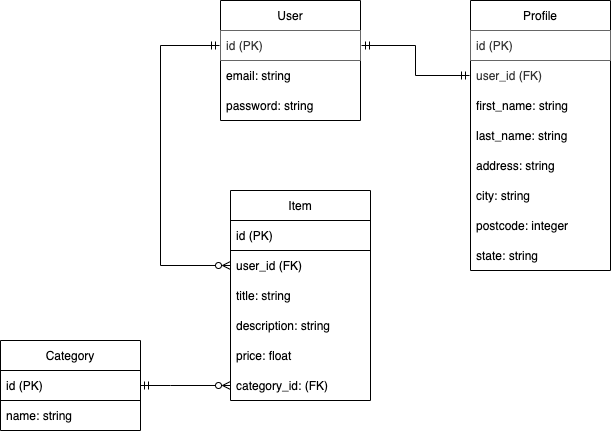
DamonJohnson/Flint keeps this draw.io diagram as docs/ERD.png. Above is the earlier version. Source tidied: cells renumbered, new cells last; positions are measured from the earlier drawing's top-left corner, leaving out a move shared by most shapes.
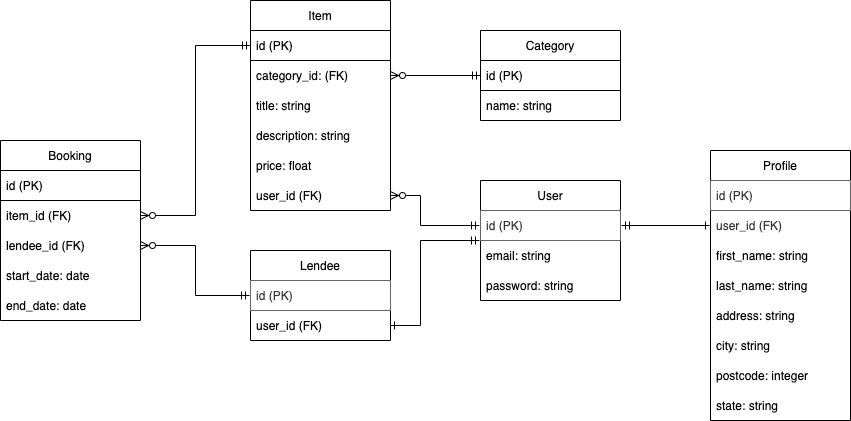
After the change.

What changed in the source:
```diff
@@ -2,43 +2,27 @@
   <root>
     <mxCell id="0" />
     <mxCell id="1" parent="0" />
-    <mxCell id="2" style="edgeStyle=orthogonalEdgeStyle;rounded=0;jettySize=auto;html=1;endArrow=ERzeroToMany;endFill=0;startArrow=ERmandOne;startFill=0;entryX=0;entryY=0.5;entryDx=0;entryDy=0;exitX=0;exitY=0.5;exitDx=0;exitDy=0;" parent="1" edge="1" source="4" target="10">
-      <mxGeometry relative="1" as="geometry">
-        <Array as="points">
-          <mxPoint x="160" y="45" />
-          <mxPoint x="160" y="265" />
-        </Array>
-      </mxGeometry>
-    </mxCell>
     <mxCell id="3" value="User" style="swimlane;fontStyle=0;horizontal=1;startSize=30;" parent="1" vertex="1">
-      <mxGeometry x="220" width="140" height="120" as="geometry" />
+      <mxGeometry x="610" y="240" width="140" height="120" as="geometry" />
     </mxCell>
-    <mxCell id="4" value="id (PK)" style="text;align=left;verticalAlign=middle;spacingLeft=4;spacingRight=4;overflow=hidden;points=[[0,0.5],[1,0.5]];portConstraint=eastwest;perimeterSpacing=1;fillColor=none;fontColor=#333333;strokeColor=#666666;" parent="3" vertex="1">
-      <mxGeometry y="30" width="140" height="30" as="geometry" />
-    </mxCell>
+    <mxCell id="28" value="id (PK)" style="text;align=left;verticalAlign=middle;spacingLeft=4;spacingRight=4;overflow=hidden;points=[[0,0.5],[1,0.5]];portConstraint=eastwest;perimeterSpacing=1;fillColor=none;fontColor=#333333;strokeColor=#666666;" parent="3" vertex="1">
+      <mxGeometry y="30" width="140" height="30" as="geometry" />
+    </mxCell>
     <mxCell id="5" value="email: string" style="text;strokeColor=none;fillColor=none;align=left;verticalAlign=middle;spacingLeft=4;spacingRight=4;overflow=hidden;" parent="3" vertex="1">
       <mxGeometry y="60" width="140" height="30" as="geometry" />
     </mxCell>
     <mxCell id="6" value="password: string" style="text;strokeColor=none;fillColor=none;align=left;verticalAlign=middle;spacingLeft=4;spacingRight=4;overflow=hidden;" parent="3" vertex="1">
       <mxGeometry y="90" width="140" height="30" as="geometry" />
     </mxCell>
-    <mxCell id="7" style="edgeStyle=orthogonalEdgeStyle;rounded=0;jettySize=auto;html=1;endArrow=ERmandOne;endFill=0;startArrow=ERzeroToMany;startFill=0;exitX=0;exitY=0.5;exitDx=0;exitDy=0;entryX=1;entryY=0.5;entryDx=0;entryDy=0;" parent="1" edge="1" source="14" target="15">
-      <mxGeometry relative="1" as="geometry">
-        <Array as="points">
-          <mxPoint x="170" y="385" />
-          <mxPoint x="170" y="385" />
-        </Array>
-      </mxGeometry>
-    </mxCell>
     <mxCell id="8" value="Item" style="swimlane;fontStyle=0;horizontal=1;startSize=30;" parent="1" vertex="1">
-      <mxGeometry x="230" y="190" width="140" height="210" as="geometry" />
+      <mxGeometry x="380" y="60" width="140" height="210" as="geometry" />
     </mxCell>
-    <mxCell id="9" value="id (PK)" style="text;strokeColor=default;fillColor=none;align=left;verticalAlign=middle;spacingLeft=4;spacingRight=4;overflow=hidden;" parent="8" vertex="1">
-      <mxGeometry y="30" width="140" height="30" as="geometry" />
-    </mxCell>
-    <mxCell id="10" value="user_id (FK)" style="text;strokeColor=none;fillColor=none;align=left;verticalAlign=middle;spacingLeft=4;spacingRight=4;overflow=hidden;points=[[0,0.5],[1,0.5]];portConstraint=eastwest;" parent="8" vertex="1">
-      <mxGeometry y="60" width="140" height="30" as="geometry" />
-    </mxCell>
+    <mxCell id="29" value="id (PK)" style="text;strokeColor=default;fillColor=none;align=left;verticalAlign=middle;spacingLeft=4;spacingRight=4;overflow=hidden;points=[[0,0.5],[1,0.5]];portConstraint=eastwest;" parent="8" vertex="1">
+      <mxGeometry y="30" width="140" height="30" as="geometry" />
+    </mxCell>
+    <mxCell id="14" value="category_id: (FK)" style="text;strokeColor=none;fillColor=none;align=left;verticalAlign=middle;spacingLeft=4;spacingRight=4;overflow=hidden;points=[[0,0.5],[1,0.5]];portConstraint=eastwest;" parent="8" vertex="1">
+      <mxGeometry y="60" width="140" height="30" as="geometry" />
+    </mxCell>
     <mxCell id="11" value="title: string" style="text;strokeColor=none;fillColor=none;align=left;verticalAlign=middle;spacingLeft=4;spacingRight=4;overflow=hidden;" parent="8" vertex="1">
       <mxGeometry y="90" width="140" height="30" as="geometry" />
     </mxCell>
@@ -48,11 +32,11 @@
     <mxCell id="13" value="price: float" style="text;strokeColor=none;fillColor=none;align=left;verticalAlign=middle;spacingLeft=4;spacingRight=4;overflow=hidden;" parent="8" vertex="1">
       <mxGeometry y="150" width="140" height="30" as="geometry" />
     </mxCell>
-    <mxCell id="14" value="category_id: (FK)" style="text;strokeColor=none;fillColor=none;align=left;verticalAlign=middle;spacingLeft=4;spacingRight=4;overflow=hidden;points=[[0,0.5],[1,0.5]];portConstraint=eastwest;" parent="8" vertex="1">
-      <mxGeometry y="180" width="140" height="30" as="geometry" />
-    </mxCell>
+    <mxCell id="30" value="user_id (FK)" style="text;strokeColor=none;fillColor=none;align=left;verticalAlign=middle;spacingLeft=4;spacingRight=4;overflow=hidden;points=[[0,0.5],[1,0.5]];portConstraint=eastwest;" parent="8" vertex="1">
+      <mxGeometry y="180" width="140" height="30" as="geometry" />
+    </mxCell>
     <mxCell id="15" value="Category" style="swimlane;fontStyle=0;horizontal=1;startSize=30;" parent="1" vertex="1">
-      <mxGeometry y="340" width="140" height="90" as="geometry" />
+      <mxGeometry x="610" y="90" width="140" height="90" as="geometry" />
     </mxCell>
     <mxCell id="16" value="id (PK)" style="text;align=left;verticalAlign=middle;spacingLeft=4;spacingRight=4;overflow=hidden;points=[[0,0.5],[1,0.5]];portConstraint=eastwest;strokeColor=default;fillColor=default;" parent="15" vertex="1">
       <mxGeometry y="30" width="140" height="30" as="geometry" />
@@ -61,11 +45,11 @@
       <mxGeometry y="60" width="140" height="30" as="geometry" />
     </mxCell>
     <mxCell id="18" value="Profile" style="swimlane;fontStyle=0;horizontal=1;startSize=30;" parent="1" vertex="1">
-      <mxGeometry x="470" width="140" height="270" as="geometry" />
+      <mxGeometry x="840" y="210" width="140" height="270" as="geometry" />
     </mxCell>
-    <mxCell id="19" value="id (PK)" style="text;align=left;verticalAlign=middle;spacingLeft=4;spacingRight=4;overflow=hidden;perimeterSpacing=1;fillColor=none;fontColor=#333333;strokeColor=#666666;" parent="18" vertex="1">
-      <mxGeometry y="30" width="140" height="30" as="geometry" />
-    </mxCell>
+    <mxCell id="31" value="id (PK)" style="text;align=left;verticalAlign=middle;spacingLeft=4;spacingRight=4;overflow=hidden;perimeterSpacing=1;fillColor=none;fontColor=#333333;strokeColor=#666666;" parent="18" vertex="1">
+      <mxGeometry y="30" width="140" height="30" as="geometry" />
+    </mxCell>
     <mxCell id="20" value="user_id (FK)" style="text;align=left;verticalAlign=middle;spacingLeft=4;spacingRight=4;overflow=hidden;points=[[0,0.5],[1,0.5]];portConstraint=eastwest;perimeterSpacing=1;fillColor=none;fontColor=#333333;strokeColor=none;" parent="18" vertex="1">
       <mxGeometry y="60" width="140" height="30" as="geometry" />
     </mxCell>
@@ -87,8 +71,60 @@
     <mxCell id="26" value="state: string" style="text;strokeColor=none;fillColor=none;align=left;verticalAlign=middle;spacingLeft=4;spacingRight=4;overflow=hidden;" parent="18" vertex="1">
       <mxGeometry y="240" width="140" height="30" as="geometry" />
     </mxCell>
-    <mxCell id="27" style="edgeStyle=orthogonalEdgeStyle;rounded=0;jettySize=auto;html=1;entryX=0;entryY=0.5;entryDx=0;entryDy=0;startArrow=ERmandOne;startFill=0;endArrow=ERmandOne;endFill=0;" parent="1" edge="1" source="4" target="20">
-      <mxGeometry relative="1" as="geometry" />
-    </mxCell>
+    <mxCell id="32" style="edgeStyle=orthogonalEdgeStyle;rounded=0;jettySize=auto;html=1;entryX=0;entryY=0.5;entryDx=0;entryDy=0;startArrow=ERmandOne;startFill=0;endArrow=ERone;endFill=0;" parent="1" edge="1" source="28" target="20">
+      <mxGeometry relative="1" as="geometry" />
+    </mxCell>
+    <mxCell id="33" value="Booking" style="swimlane;fontStyle=0;horizontal=1;startSize=30;" parent="1" vertex="1">
+      <mxGeometry x="130" y="200" width="140" height="180" as="geometry" />
+    </mxCell>
+    <mxCell id="34" value="id (PK)" style="text;strokeColor=default;fillColor=none;align=left;verticalAlign=middle;spacingLeft=4;spacingRight=4;overflow=hidden;" parent="33" vertex="1">
+      <mxGeometry y="30" width="140" height="30" as="geometry" />
+    </mxCell>
+    <mxCell id="35" value="item_id (FK)" style="text;strokeColor=none;fillColor=none;align=left;verticalAlign=middle;spacingLeft=4;spacingRight=4;overflow=hidden;points=[[0,0.5],[1,0.5]];portConstraint=eastwest;" parent="33" vertex="1">
+      <mxGeometry y="60" width="140" height="30" as="geometry" />
+    </mxCell>
+    <mxCell id="36" value="lendee_id (FK)" style="text;strokeColor=none;fillColor=none;align=left;verticalAlign=middle;spacingLeft=4;spacingRight=4;overflow=hidden;points=[[0,0.5],[1,0.5]];portConstraint=eastwest;" parent="33" vertex="1">
+      <mxGeometry y="90" width="140" height="30" as="geometry" />
+    </mxCell>
+    <mxCell id="37" value="start_date: date" style="text;strokeColor=none;fillColor=none;align=left;verticalAlign=middle;spacingLeft=4;spacingRight=4;overflow=hidden;" parent="33" vertex="1">
+      <mxGeometry y="120" width="140" height="30" as="geometry" />
+    </mxCell>
+    <mxCell id="38" value="end_date: date" style="text;strokeColor=none;fillColor=none;align=left;verticalAlign=middle;spacingLeft=4;spacingRight=4;overflow=hidden;" parent="33" vertex="1">
+      <mxGeometry y="150" width="140" height="30" as="geometry" />
+    </mxCell>
+    <mxCell id="39" value="Lendee" style="swimlane;fontStyle=0;horizontal=1;startSize=30;" parent="1" vertex="1">
+      <mxGeometry x="380" y="310" width="140" height="90" as="geometry" />
+    </mxCell>
+    <mxCell id="40" value="id (PK)" style="text;align=left;verticalAlign=middle;spacingLeft=4;spacingRight=4;overflow=hidden;points=[[0,0.5],[1,0.5]];portConstraint=eastwest;perimeterSpacing=1;fillColor=none;fontColor=#333333;strokeColor=#666666;" parent="39" vertex="1">
+      <mxGeometry y="30" width="140" height="30" as="geometry" />
+    </mxCell>
+    <mxCell id="10" value="user_id (FK)" style="text;strokeColor=none;fillColor=none;align=left;verticalAlign=middle;spacingLeft=4;spacingRight=4;overflow=hidden;points=[[0,0.5],[1,0.5]];portConstraint=eastwest;" parent="39" vertex="1">
+      <mxGeometry y="60" width="140" height="30" as="geometry" />
+    </mxCell>
+    <mxCell id="41" style="edgeStyle=orthogonalEdgeStyle;rounded=0;jettySize=auto;html=1;entryX=1;entryY=0.5;entryDx=0;entryDy=0;startArrow=ERmandOne;startFill=0;endArrow=ERone;endFill=0;" parent="1" edge="1" source="28" target="10">
+      <mxGeometry relative="1" as="geometry">
+        <Array as="points">
+          <mxPoint x="550" y="300" />
+          <mxPoint x="550" y="385" />
+        </Array>
+      </mxGeometry>
+    </mxCell>
+    <mxCell id="42" style="edgeStyle=orthogonalEdgeStyle;rounded=0;jettySize=auto;html=1;entryX=1;entryY=0.5;entryDx=0;entryDy=0;endArrow=ERzeroToMany;endFill=0;startArrow=ERmandOne;startFill=0;" parent="1" edge="1" source="40" target="36">
+      <mxGeometry relative="1" as="geometry" />
+    </mxCell>
+    <mxCell id="43" style="edgeStyle=orthogonalEdgeStyle;rounded=0;jumpStyle=arc;jettySize=auto;html=1;entryX=1;entryY=0.5;entryDx=0;entryDy=0;startArrow=ERmandOne;startFill=0;endArrow=ERzeroToMany;endFill=0;" parent="1" edge="1" source="28" target="30">
+      <mxGeometry relative="1" as="geometry">
+        <Array as="points">
+          <mxPoint x="550" y="285" />
+          <mxPoint x="550" y="255" />
+        </Array>
+      </mxGeometry>
+    </mxCell>
+    <mxCell id="44" style="edgeStyle=orthogonalEdgeStyle;rounded=0;jumpStyle=arc;jettySize=auto;html=1;entryX=0;entryY=0.5;entryDx=0;entryDy=0;startArrow=ERzeroToMany;startFill=0;endArrow=ERmandOne;endFill=0;" parent="1" edge="1" source="35" target="29">
+      <mxGeometry relative="1" as="geometry" />
+    </mxCell>
+    <mxCell id="45" style="edgeStyle=orthogonalEdgeStyle;rounded=0;jumpStyle=arc;jettySize=auto;html=1;entryX=1;entryY=0.5;entryDx=0;entryDy=0;startArrow=ERmandOne;startFill=0;endArrow=ERzeroToMany;endFill=0;" parent="1" edge="1" source="16" target="14">
+      <mxGeometry relative="1" as="geometry" />
+    </mxCell>
   </root>
 </mxGraphModel>
```
